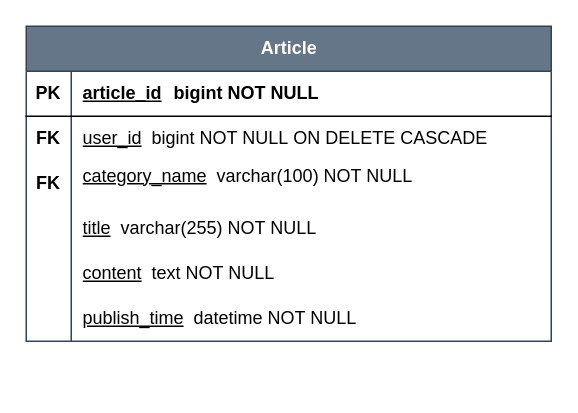
Before: page "article" (14 of 35) of doc/ERD.drawio in program-madman/IIT-CMS, a draw.io diagram. Source tidied: cells renumbered, new cells numbered last; positions are measured from the earlier drawing's top-left corner, leaving out a move shared by most shapes. Both pictures are drawn from the tidied source at 150%, with x=0, y=0 at pixel (26, 26).
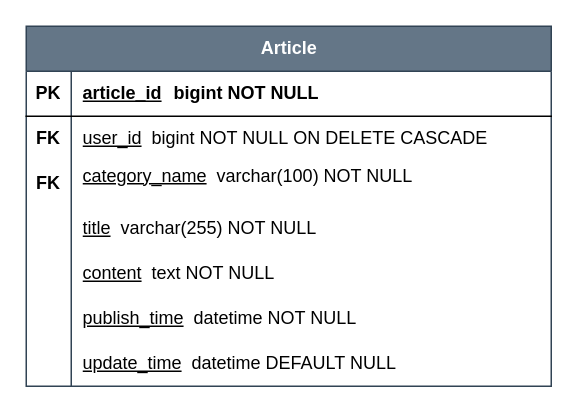
The same diagram, later.

What changed in the source:
```diff
@@
     <mxCell id="2" value="Article" style="shape=table;startSize=30;childLayout=tableLayout;rowLines=0;fontStyle=1;align=center;html=1;fillColor=#647687;fontColor=#ffffff;strokeColor=#314354;" parent="1" vertex="1">
-      <mxGeometry width="350" height="210" as="geometry" />
+      <mxGeometry width="350" height="240" as="geometry" />
     </mxCell>
@@
+    <mxCell id="22" style="shape=tableRow;horizontal=0;startSize=0;swimlaneHead=0;swimlaneBody=0;fillColor=none;top=0;left=0;right=0;bottom=0;" parent="2" vertex="1">
+      <mxGeometry y="210" width="350" height="30" as="geometry" />
+    </mxCell>
+    <mxCell id="23" style="shape=partialRectangle;fillColor=none;top=0;left=0;bottom=0;right=0;overflow=hidden;whiteSpace=wrap;html=1;" parent="22" vertex="1">
+      <mxGeometry width="30" height="30" as="geometry" />
+    </mxCell>
+    <mxCell id="24" value="&lt;u style=&quot;border-color: var(--border-color);&quot;&gt;update_time&lt;/u&gt;&amp;nbsp;&amp;nbsp;datetime DEFAULT NULL" style="shape=partialRectangle;fillColor=none;top=0;left=0;bottom=0;right=0;align=left;spacingLeft=6;overflow=hidden;whiteSpace=wrap;html=1;" parent="22" vertex="1">
+      <mxGeometry x="30" width="320" height="30" as="geometry" />
+    </mxCell>
```
